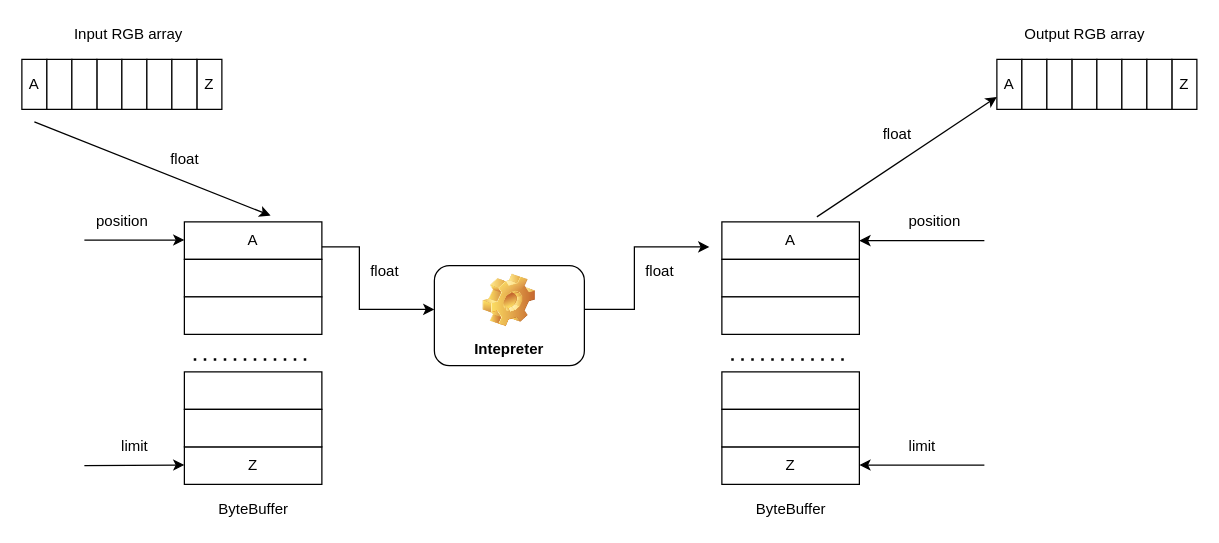
Before: Untitled Diagram.drawio in winnerlqy/Images, a draw.io diagram. Source tidied: cells renumbered, new cells numbered last; positions are measured from the earlier drawing's top-left corner, leaving out a move shared by most shapes. Both pictures are drawn from the tidied source at 125%, with x=0, y=0 at pixel (21, 21).
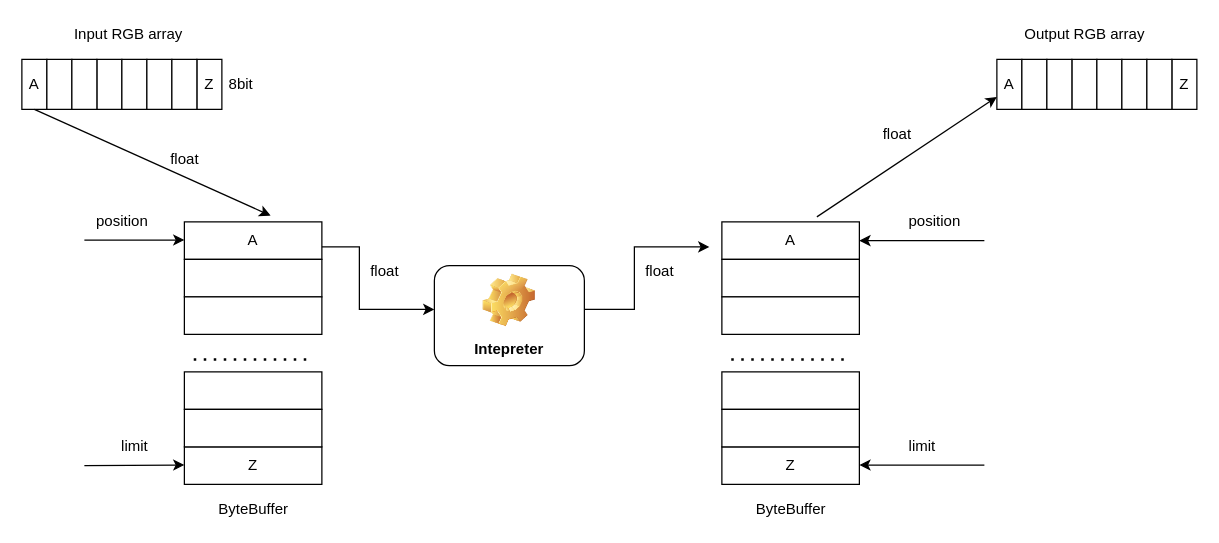
The same page after the edit.

The change refers to these unchanged cells:
```xml
<mxCell id="2" value="A" style="rounded=0;whiteSpace=wrap;html=1;" parent="1" vertex="1">
  <mxGeometry x="130" y="160" width="110" height="30" as="geometry" />
</mxCell>
<mxCell id="9" value="A" style="rounded=0;whiteSpace=wrap;html=1;" parent="1" vertex="1">
  <mxGeometry y="30" width="20" height="40" as="geometry" />
</mxCell>
```

What changed in the source:
```diff
@@
-    <mxCell id="27" style="endArrow=classic;html=1;rounded=0;entryX=0.627;entryY=-0.167;entryDx=0;entryDy=0;entryPerimeter=0;" parent="1" edge="1" target="2">
-      <mxGeometry relative="1" as="geometry">
-        <mxPoint x="10" y="80" as="sourcePoint" />
-      </mxGeometry>
+    <mxCell id="27" style="endArrow=classic;html=1;rounded=0;entryX=0.627;entryY=-0.167;entryDx=0;entryDy=0;entryPerimeter=0;exitX=0.5;exitY=1;exitDx=0;exitDy=0;" parent="1" edge="1" source="9" target="2">
+      <mxGeometry relative="1" as="geometry" />
     </mxCell>
@@
+    <mxCell id="55" value="8bit" style="text;html=1;align=center;verticalAlign=middle;strokeColor=none;fillColor=none;" parent="1" vertex="1">
+      <mxGeometry x="160" y="40" width="30" height="20" as="geometry" />
+    </mxCell>
```
